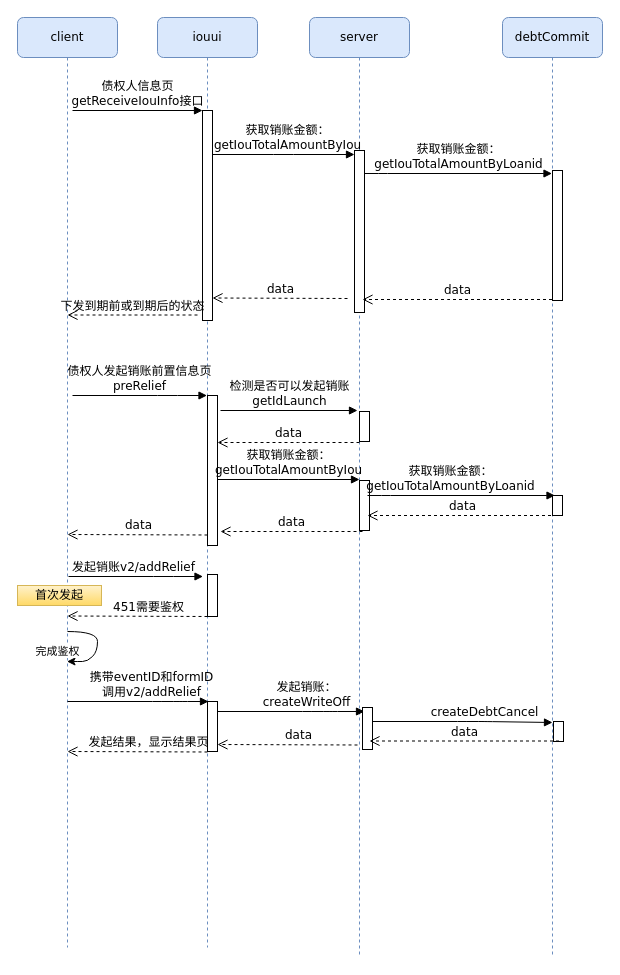
Before: 发起销账.drawio in Racheil/Http, a draw.io diagram. Source tidied: cells renumbered, new cells numbered last; positions are measured from the earlier drawing's top-left corner, leaving out a move shared by most shapes. Both pictures are drawn from the tidied source at 100%, with x=0, y=0 at pixel (17, 17).
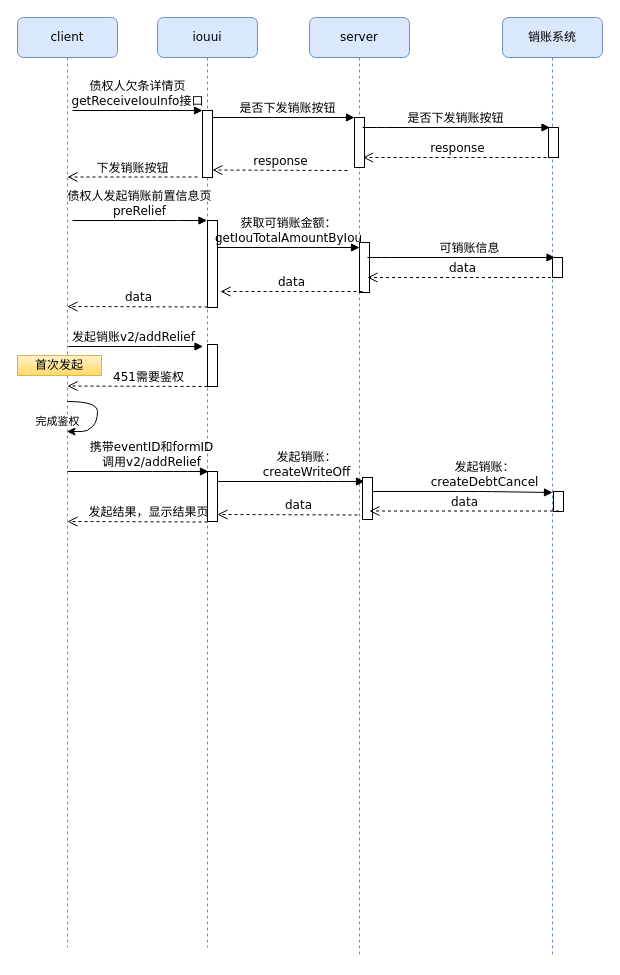
The same diagram, later.

Commit message:
更新发起销账.drawio

Unchanged cells that the change refers to:
```xml
<mxCell id="2" value="iouui" style="shape=umlLifeline;perimeter=lifelinePerimeter;whiteSpace=wrap;html=1;rounded=1;shadow=0;comic=0;labelBackgroundColor=none;strokeWidth=1;fontFamily=Verdana;fontSize=12;align=center;fillColor=#dae8fc;strokeColor=#6c8ebf;" parent="1" vertex="1">
  <mxGeometry x="140" width="100" height="930" as="geometry" />
</mxCell>
<mxCell id="5" value="server" style="shape=umlLifeline;perimeter=lifelinePerimeter;whiteSpace=wrap;html=1;rounded=1;shadow=0;comic=0;labelBackgroundColor=none;strokeWidth=1;fontFamily=Verdana;fontSize=12;align=center;fillColor=#dae8fc;strokeColor=#6c8ebf;" parent="1" vertex="1">
  <mxGeometry x="292" width="100" height="940" as="geometry" />
</mxCell>
```

Diff of the diagram source:
```diff
@@
     <mxCell id="3" style="html=1;points=[];perimeter=orthogonalPerimeter;rounded=0;shadow=0;comic=0;labelBackgroundColor=none;strokeWidth=1;fontFamily=Verdana;fontSize=12;align=center;" parent="2" vertex="1">
-      <mxGeometry x="45" y="93" width="10" height="210" as="geometry" />
+      <mxGeometry x="45" y="93" width="10" height="67" as="geometry" />
     </mxCell>
     <mxCell id="4" style="html=1;points=[];perimeter=orthogonalPerimeter;rounded=0;shadow=0;comic=0;labelBackgroundColor=none;strokeWidth=1;fontFamily=Verdana;fontSize=12;align=center;" parent="2" vertex="1">
-      <mxGeometry x="50" y="684" width="10" height="50" as="geometry" />
+      <mxGeometry x="50" y="454" width="10" height="50" as="geometry" />
     </mxCell>
@@
     <mxCell id="6" style="html=1;perimeter=orthogonalPerimeter;rounded=0;shadow=0;comic=0;labelBackgroundColor=none;strokeWidth=1;fontFamily=Verdana;fontSize=12;align=center;" parent="5" vertex="1">
-      <mxGeometry x="45" y="133" width="10" height="162" as="geometry" />
+      <mxGeometry x="45" y="100" width="10" height="50" as="geometry" />
     </mxCell>
     <mxCell id="7" style="html=1;perimeter=orthogonalPerimeter;rounded=0;shadow=0;comic=0;labelBackgroundColor=none;strokeWidth=1;fontFamily=Verdana;fontSize=12;align=center;" parent="5" vertex="1">
-      <mxGeometry x="50" y="463" width="10" height="50" as="geometry" />
+      <mxGeometry x="50" y="225" width="10" height="50" as="geometry" />
     </mxCell>
-    <mxCell id="8" value="debtCommit" style="shape=umlLifeline;perimeter=lifelinePerimeter;whiteSpace=wrap;html=1;rounded=1;shadow=0;comic=0;labelBackgroundColor=none;strokeWidth=1;fontFamily=Verdana;fontSize=12;align=center;fillColor=#dae8fc;strokeColor=#6c8ebf;" parent="1" vertex="1">
+    <mxCell id="8" value="销账系统" style="shape=umlLifeline;perimeter=lifelinePerimeter;whiteSpace=wrap;html=1;rounded=1;shadow=0;comic=0;labelBackgroundColor=none;strokeWidth=1;fontFamily=Verdana;fontSize=12;align=center;fillColor=#dae8fc;strokeColor=#6c8ebf;" parent="1" vertex="1">
       <mxGeometry x="485" width="100" height="940" as="geometry" />
     </mxCell>
+    <mxCell id="10" style="html=1;perimeter=orthogonalPerimeter;rounded=0;shadow=0;comic=0;labelBackgroundColor=none;strokeWidth=1;fontFamily=Verdana;fontSize=12;align=center;" parent="8" vertex="1">
+      <mxGeometry x="46" y="110" width="10" height="30" as="geometry" />
+    </mxCell>
@@
-    <mxCell id="10" style="html=1;perimeter=orthogonalPerimeter;rounded=0;shadow=0;comic=0;labelBackgroundColor=none;strokeWidth=1;fontFamily=Verdana;fontSize=12;align=center;" parent="1" vertex="1">
-      <mxGeometry x="535" y="153" width="10" height="130" as="geometry" />
-    </mxCell>
-    <mxCell id="11" value="获取销账金额：&lt;br&gt;getIouTotalAmountByLoanid" style="html=1;verticalAlign=bottom;endArrow=block;labelBackgroundColor=none;fontFamily=Verdana;fontSize=12;edgeStyle=elbowEdgeStyle;elbow=vertical;" parent="1" edge="1">
-      <mxGeometry relative="1" as="geometry">
-        <mxPoint x="347" y="156" as="sourcePoint" />
-        <mxPoint x="534.5" y="156" as="targetPoint" />
+    <mxCell id="11" value="是否下发销账按钮" style="html=1;verticalAlign=bottom;endArrow=block;labelBackgroundColor=none;fontFamily=Verdana;fontSize=12;edgeStyle=elbowEdgeStyle;elbow=vertical;" parent="1" edge="1">
+      <mxGeometry x="-0.01" relative="1" as="geometry">
+        <mxPoint x="345" y="110" as="sourcePoint" />
+        <mxPoint x="532.5" y="110" as="targetPoint" />
         <Array as="points">
-          <mxPoint x="360" y="156" />
+          <mxPoint x="358" y="110" />
         </Array>
       </mxGeometry>
     </mxCell>
     <mxCell id="12" value="债权人发起销账前置信息页&lt;br&gt;preRelief" style="html=1;verticalAlign=bottom;endArrow=block;labelBackgroundColor=none;fontFamily=Verdana;fontSize=12;" parent="1" edge="1">
       <mxGeometry relative="1" as="geometry">
-        <mxPoint x="55" y="378" as="sourcePoint" />
-        <mxPoint x="189.5" y="378" as="targetPoint" />
+        <mxPoint x="55" y="203" as="sourcePoint" />
+        <mxPoint x="189.5" y="203" as="targetPoint" />
         <Array as="points">
-          <mxPoint x="150" y="378" />
+          <mxPoint x="150" y="203" />
         </Array>
       </mxGeometry>
     </mxCell>
-    <mxCell id="13" value="债权人信息页&lt;br&gt;getReceiveIouInfo接口" style="html=1;verticalAlign=bottom;endArrow=block;entryX=0;entryY=0;labelBackgroundColor=none;fontFamily=Verdana;fontSize=12;edgeStyle=elbowEdgeStyle;elbow=vertical;" parent="1" edge="1" target="3">
+    <mxCell id="13" value="债权人欠条详情页&lt;br&gt;getReceiveIouInfo接口" style="html=1;verticalAlign=bottom;endArrow=block;entryX=0;entryY=0;labelBackgroundColor=none;fontFamily=Verdana;fontSize=12;edgeStyle=elbowEdgeStyle;elbow=vertical;" parent="1" edge="1" target="3">
       <mxGeometry relative="1" as="geometry">
         <mxPoint x="55" y="93" as="sourcePoint" />
       </mxGeometry>
     </mxCell>
-    <mxCell id="14" value="获取销账金额：&lt;br&gt;getIouTotalAmountByIou" style="html=1;verticalAlign=bottom;endArrow=block;labelBackgroundColor=none;fontFamily=Verdana;fontSize=12;edgeStyle=elbowEdgeStyle;elbow=vertical;" parent="1" edge="1">
+    <mxCell id="14" value="是否下发销账按钮" style="html=1;verticalAlign=bottom;endArrow=block;labelBackgroundColor=none;fontFamily=Verdana;fontSize=12;edgeStyle=elbowEdgeStyle;elbow=vertical;" parent="1" edge="1">
       <mxGeometry x="0.05" relative="1" as="geometry">
-        <mxPoint x="195" y="137" as="sourcePoint" />
-        <mxPoint x="337" y="137" as="targetPoint" />
+        <mxPoint x="195" y="100" as="sourcePoint" />
+        <mxPoint x="337" y="100" as="targetPoint" />
         <Array as="points">
-          <mxPoint x="266" y="137" />
+          <mxPoint x="266" y="100" />
         </Array>
       </mxGeometry>
     </mxCell>
-    <mxCell id="15" value="下发到期前或到期后的状态" style="html=1;verticalAlign=bottom;endArrow=open;dashed=1;endSize=8;labelBackgroundColor=none;fontFamily=Verdana;fontSize=12;edgeStyle=elbowEdgeStyle;elbow=vertical;" parent="1" edge="1">
+    <mxCell id="15" value="下发销账按钮" style="html=1;verticalAlign=bottom;endArrow=open;dashed=1;endSize=8;labelBackgroundColor=none;fontFamily=Verdana;fontSize=12;edgeStyle=elbowEdgeStyle;elbow=vertical;" parent="1" edge="1">
       <mxGeometry relative="1" as="geometry">
-        <mxPoint x="180" y="297.5" as="sourcePoint" />
-        <mxPoint x="50" y="297.5" as="targetPoint" />
+        <mxPoint x="180" y="159.5" as="sourcePoint" />
+        <mxPoint x="50" y="159.5" as="targetPoint" />
         <Array as="points">
-          <mxPoint x="125" y="297.5" />
-          <mxPoint x="155" y="297.5" />
+          <mxPoint x="125" y="159.5" />
+          <mxPoint x="155" y="159.5" />
         </Array>
       </mxGeometry>
     </mxCell>
     <mxCell id="16" value="data" style="html=1;verticalAlign=bottom;endArrow=open;dashed=1;endSize=8;labelBackgroundColor=none;fontFamily=Verdana;fontSize=12;edgeStyle=elbowEdgeStyle;elbow=vertical;" parent="1" edge="1">
       <mxGeometry relative="1" as="geometry">
-        <mxPoint x="190" y="517.5" as="sourcePoint" />
-        <mxPoint x="50" y="517" as="targetPoint" />
+        <mxPoint x="190" y="289.5" as="sourcePoint" />
+        <mxPoint x="50" y="289" as="targetPoint" />
         <Array as="points">
-          <mxPoint x="125" y="517" />
-          <mxPoint x="155" y="517" />
+          <mxPoint x="125" y="289" />
+          <mxPoint x="155" y="289" />
         </Array>
       </mxGeometry>
     </mxCell>
     <mxCell id="17" style="html=1;perimeter=orthogonalPerimeter;rounded=0;shadow=0;comic=0;labelBackgroundColor=none;strokeWidth=1;fontFamily=Verdana;fontSize=12;align=center;" parent="1" vertex="1">
-      <mxGeometry x="190" y="378" width="10" height="150" as="geometry" />
+      <mxGeometry x="190" y="203" width="10" height="87" as="geometry" />
     </mxCell>
-    <mxCell id="18" value="检测是否可以发起销账&lt;br&gt;getIdLaunch" style="html=1;verticalAlign=bottom;endArrow=block;labelBackgroundColor=none;fontFamily=Verdana;fontSize=12;" parent="1" edge="1">
-      <mxGeometry relative="1" as="geometry">
-        <mxPoint x="203" y="393" as="sourcePoint" />
-        <mxPoint x="340" y="393" as="targetPoint" />
-      </mxGeometry>
-    </mxCell>
-    <mxCell id="19" value="data" style="html=1;verticalAlign=bottom;endArrow=open;dashed=1;endSize=8;labelBackgroundColor=none;fontFamily=Verdana;fontSize=12;edgeStyle=elbowEdgeStyle;elbow=vertical;entryX=1;entryY=0.425;entryDx=0;entryDy=0;entryPerimeter=0;" parent="1" edge="1">
-      <mxGeometry relative="1" as="geometry">
-        <mxPoint x="342" y="425" as="sourcePoint" />
-        <mxPoint x="200" y="425" as="targetPoint" />
-      </mxGeometry>
-    </mxCell>
-    <mxCell id="20" style="html=1;perimeter=orthogonalPerimeter;rounded=0;shadow=0;comic=0;labelBackgroundColor=none;strokeWidth=1;fontFamily=Verdana;fontSize=12;align=center;" parent="1" vertex="1">
-      <mxGeometry x="342" y="394" width="10" height="30" as="geometry" />
-    </mxCell>
     <mxCell id="21" value="发起销账v2/addRelief" style="html=1;verticalAlign=bottom;endArrow=block;labelBackgroundColor=none;fontFamily=Verdana;fontSize=12;" parent="1" edge="1">
       <mxGeometry x="0.41" y="-30" relative="1" as="geometry">
-        <mxPoint x="51" y="559" as="sourcePoint" />
-        <mxPoint x="185.5" y="559" as="targetPoint" />
+        <mxPoint x="51" y="329" as="sourcePoint" />
+        <mxPoint x="185.5" y="329" as="targetPoint" />
         <Array as="points">
-          <mxPoint x="146" y="559" />
+          <mxPoint x="146" y="329" />
         </Array>
         <mxPoint x="-30" y="-30" as="offset" />
       </mxGeometry>
     </mxCell>
     <mxCell id="22" value="451需要鉴权" style="html=1;verticalAlign=bottom;endArrow=open;dashed=1;endSize=8;labelBackgroundColor=none;fontFamily=Verdana;fontSize=12;edgeStyle=elbowEdgeStyle;elbow=vertical;" parent="1" edge="1">
       <mxGeometry x="-0.14" relative="1" as="geometry">
-        <mxPoint x="190" y="599" as="sourcePoint" />
-        <mxPoint x="50" y="598.5" as="targetPoint" />
+        <mxPoint x="190" y="369" as="sourcePoint" />
+        <mxPoint x="50" y="368.5" as="targetPoint" />
         <Array as="points">
-          <mxPoint x="125" y="598.5" />
-          <mxPoint x="155" y="598.5" />
+          <mxPoint x="125" y="368.5" />
+          <mxPoint x="155" y="368.5" />
         </Array>
       </mxGeometry>
     </mxCell>
     <mxCell id="23" style="html=1;perimeter=orthogonalPerimeter;rounded=0;shadow=0;comic=0;labelBackgroundColor=none;strokeWidth=1;fontFamily=Verdana;fontSize=12;align=center;" parent="1" vertex="1">
-      <mxGeometry x="190" y="557" width="10" height="42" as="geometry" />
+      <mxGeometry x="190" y="327" width="10" height="42" as="geometry" />
     </mxCell>
     <mxCell id="24" value="携带eventID和formID&lt;br&gt;调用v2/addRelief" style="html=1;verticalAlign=bottom;endArrow=block;labelBackgroundColor=none;fontFamily=Verdana;fontSize=12;entryX=0.1;entryY=0;entryDx=0;entryDy=0;entryPerimeter=0;" parent="1" edge="1" target="4">
       <mxGeometry x="0.41" y="-15" relative="1" as="geometry">
-        <mxPoint x="50" y="684" as="sourcePoint" />
+        <mxPoint x="50" y="454" as="sourcePoint" />
         <Array as="points">
-          <mxPoint x="145" y="684" />
-          <mxPoint x="160" y="684" />
+          <mxPoint x="145" y="454" />
+          <mxPoint x="160" y="454" />
         </Array>
         <mxPoint x="-15" y="-15" as="offset" />
       </mxGeometry>
     </mxCell>
     <mxCell id="25" value="发起结果，显示结果页" style="html=1;verticalAlign=bottom;endArrow=open;dashed=1;endSize=8;labelBackgroundColor=none;fontFamily=Verdana;fontSize=12;edgeStyle=elbowEdgeStyle;elbow=vertical;" parent="1" edge="1">
       <mxGeometry x="-0.14" relative="1" as="geometry">
-        <mxPoint x="190" y="734.5" as="sourcePoint" />
-        <mxPoint x="50" y="734" as="targetPoint" />
+        <mxPoint x="190" y="504.5" as="sourcePoint" />
+        <mxPoint x="50" y="504" as="targetPoint" />
         <Array as="points">
-          <mxPoint x="125" y="734" />
-          <mxPoint x="155" y="734" />
+          <mxPoint x="125" y="504" />
+          <mxPoint x="155" y="504" />
         </Array>
       </mxGeometry>
     </mxCell>
     <mxCell id="26" value="发起销账：&lt;br&gt;createWriteOff" style="html=1;verticalAlign=bottom;endArrow=block;labelBackgroundColor=none;fontFamily=Verdana;fontSize=12;entryX=0.2;entryY=0.095;entryDx=0;entryDy=0;entryPerimeter=0;" parent="1" edge="1" target="28">
       <mxGeometry x="0.41" y="-15" relative="1" as="geometry">
-        <mxPoint x="200" y="694" as="sourcePoint" />
+        <mxPoint x="200" y="464" as="sourcePoint" />
         <Array as="points">
-          <mxPoint x="295" y="694" />
-          <mxPoint x="310" y="694" />
+          <mxPoint x="295" y="464" />
+          <mxPoint x="310" y="464" />
         </Array>
         <mxPoint x="-15" y="-15" as="offset" />
       </mxGeometry>
     </mxCell>
     <mxCell id="27" value="data" style="html=1;verticalAlign=bottom;endArrow=open;dashed=1;endSize=8;labelBackgroundColor=none;fontFamily=Verdana;fontSize=12;edgeStyle=elbowEdgeStyle;elbow=vertical;" parent="1" edge="1">
       <mxGeometry x="-0.14" relative="1" as="geometry">
-        <mxPoint x="340" y="727.5" as="sourcePoint" />
-        <mxPoint x="200" y="727" as="targetPoint" />
+        <mxPoint x="340" y="497.5" as="sourcePoint" />
+        <mxPoint x="200" y="497" as="targetPoint" />
         <Array as="points">
-          <mxPoint x="275" y="727" />
-          <mxPoint x="305" y="727" />
+          <mxPoint x="275" y="497" />
+          <mxPoint x="305" y="497" />
         </Array>
       </mxGeometry>
     </mxCell>
     <mxCell id="28" style="html=1;points=[];perimeter=orthogonalPerimeter;rounded=0;shadow=0;comic=0;labelBackgroundColor=none;strokeWidth=1;fontFamily=Verdana;fontSize=12;align=center;" parent="1" vertex="1">
-      <mxGeometry x="345" y="690" width="10" height="42" as="geometry" />
+      <mxGeometry x="345" y="460" width="10" height="42" as="geometry" />
     </mxCell>
-    <mxCell id="29" value="createDebtCancel" style="html=1;verticalAlign=bottom;endArrow=block;labelBackgroundColor=none;fontFamily=Verdana;fontSize=12;entryX=-0.1;entryY=0.05;entryDx=0;entryDy=0;entryPerimeter=0;" parent="1" edge="1" target="30">
+    <mxCell id="29" value="发起销账：&lt;br&gt;createDebtCancel" style="html=1;verticalAlign=bottom;endArrow=block;labelBackgroundColor=none;fontFamily=Verdana;fontSize=12;entryX=-0.1;entryY=0.05;entryDx=0;entryDy=0;entryPerimeter=0;" parent="1" edge="1" target="30">
       <mxGeometry x="0.41" y="-15" relative="1" as="geometry">
-        <mxPoint x="355" y="704" as="sourcePoint" />
+        <mxPoint x="355" y="474" as="sourcePoint" />
         <Array as="points">
-          <mxPoint x="450" y="704" />
-          <mxPoint x="465" y="704" />
+          <mxPoint x="450" y="474" />
+          <mxPoint x="465" y="474" />
         </Array>
         <mxPoint x="-15" y="-15" as="offset" />
       </mxGeometry>
     </mxCell>
     <mxCell id="30" style="html=1;points=[];perimeter=orthogonalPerimeter;rounded=0;shadow=0;comic=0;labelBackgroundColor=none;strokeWidth=1;fontFamily=Verdana;fontSize=12;align=center;" parent="1" vertex="1">
-      <mxGeometry x="536" y="704" width="10" height="20" as="geometry" />
+      <mxGeometry x="536" y="474" width="10" height="20" as="geometry" />
     </mxCell>
     <mxCell id="31" value="完成鉴权" style="curved=1;endArrow=classic;html=1;" parent="1" edge="1">
       <mxGeometry x="1" y="-14" relative="1" as="geometry">
-        <mxPoint x="50" y="614" as="sourcePoint" />
-        <mxPoint x="49.5" y="644" as="targetPoint" />
+        <mxPoint x="50" y="384" as="sourcePoint" />
+        <mxPoint x="49.5" y="414" as="targetPoint" />
         <Array as="points">
-          <mxPoint x="80" y="614" />
-          <mxPoint x="80" y="634" />
-          <mxPoint x="70" y="644" />
-          <mxPoint x="60" y="644" />
+          <mxPoint x="80" y="384" />
+          <mxPoint x="80" y="404" />
+          <mxPoint x="70" y="414" />
+          <mxPoint x="60" y="414" />
         </Array>
         <mxPoint x="-9" y="4" as="offset" />
       </mxGeometry>
     </mxCell>
-    <mxCell id="32" value="data" style="html=1;verticalAlign=bottom;endArrow=open;dashed=1;endSize=8;labelBackgroundColor=none;fontFamily=Verdana;fontSize=12;edgeStyle=elbowEdgeStyle;elbow=vertical;" parent="1" edge="1">
+    <mxCell id="32" value="response" style="html=1;verticalAlign=bottom;endArrow=open;dashed=1;endSize=8;labelBackgroundColor=none;fontFamily=Verdana;fontSize=12;edgeStyle=elbowEdgeStyle;elbow=vertical;" parent="1" edge="1">
       <mxGeometry relative="1" as="geometry">
-        <mxPoint x="330" y="281" as="sourcePoint" />
-        <mxPoint x="195" y="280.5" as="targetPoint" />
+        <mxPoint x="330" y="153" as="sourcePoint" />
+        <mxPoint x="195" y="152.5" as="targetPoint" />
         <Array as="points">
-          <mxPoint x="270" y="280.5" />
-          <mxPoint x="300" y="280.5" />
+          <mxPoint x="270" y="152.5" />
+          <mxPoint x="300" y="152.5" />
         </Array>
       </mxGeometry>
     </mxCell>
-    <mxCell id="33" value="data" style="html=1;verticalAlign=bottom;endArrow=open;dashed=1;endSize=8;labelBackgroundColor=none;fontFamily=Verdana;fontSize=12;edgeStyle=elbowEdgeStyle;elbow=vertical;" parent="1" edge="1">
+    <mxCell id="33" value="response" style="html=1;verticalAlign=bottom;endArrow=open;dashed=1;endSize=8;labelBackgroundColor=none;fontFamily=Verdana;fontSize=12;edgeStyle=elbowEdgeStyle;elbow=vertical;" parent="1" edge="1">
       <mxGeometry relative="1" as="geometry">
-        <mxPoint x="534.5" y="282" as="sourcePoint" />
-        <mxPoint x="345" y="282" as="targetPoint" />
+        <mxPoint x="535" y="140" as="sourcePoint" />
+        <mxPoint x="345.5" y="140" as="targetPoint" />
         <Array as="points">
-          <mxPoint x="420" y="282" />
-          <mxPoint x="450" y="282" />
+          <mxPoint x="420.5" y="140" />
+          <mxPoint x="450.5" y="140" />
         </Array>
       </mxGeometry>
     </mxCell>
-    <mxCell id="34" value="获取销账金额：&lt;br&gt;getIouTotalAmountByIou" style="html=1;verticalAlign=bottom;endArrow=block;labelBackgroundColor=none;fontFamily=Verdana;fontSize=12;edgeStyle=elbowEdgeStyle;elbow=vertical;" parent="1" edge="1">
+    <mxCell id="34" value="获取可销账金额：&lt;br&gt;getIouTotalAmountByIou" style="html=1;verticalAlign=bottom;endArrow=block;labelBackgroundColor=none;fontFamily=Verdana;fontSize=12;edgeStyle=elbowEdgeStyle;elbow=vertical;" parent="1" edge="1">
       <mxGeometry relative="1" as="geometry">
-        <mxPoint x="200" y="462" as="sourcePoint" />
-        <mxPoint x="342" y="462" as="targetPoint" />
+        <mxPoint x="200" y="230" as="sourcePoint" />
+        <mxPoint x="342" y="230" as="targetPoint" />
         <Array as="points">
-          <mxPoint x="271" y="462" />
+          <mxPoint x="271" y="230" />
         </Array>
       </mxGeometry>
     </mxCell>
     <mxCell id="35" value="data" style="html=1;verticalAlign=bottom;endArrow=open;dashed=1;endSize=8;labelBackgroundColor=none;fontFamily=Verdana;fontSize=12;edgeStyle=elbowEdgeStyle;elbow=vertical;entryX=1;entryY=0.425;entryDx=0;entryDy=0;entryPerimeter=0;" parent="1" edge="1">
       <mxGeometry relative="1" as="geometry">
-        <mxPoint x="345" y="514" as="sourcePoint" />
-        <mxPoint x="203" y="514" as="targetPoint" />
+        <mxPoint x="345" y="274" as="sourcePoint" />
+        <mxPoint x="203" y="274" as="targetPoint" />
       </mxGeometry>
     </mxCell>
-    <mxCell id="36" value="获取销账金额：&lt;br&gt;getIouTotalAmountByLoanid" style="html=1;verticalAlign=bottom;endArrow=block;labelBackgroundColor=none;fontFamily=Verdana;fontSize=12;edgeStyle=elbowEdgeStyle;elbow=vertical;" parent="1" edge="1">
-      <mxGeometry x="-0.11" relative="1" as="geometry">
-        <mxPoint x="350" y="478" as="sourcePoint" />
-        <mxPoint x="537.5" y="478" as="targetPoint" />
+    <mxCell id="36" value="&amp;nbsp;可销账信息" style="html=1;verticalAlign=bottom;endArrow=block;labelBackgroundColor=none;fontFamily=Verdana;fontSize=12;edgeStyle=elbowEdgeStyle;elbow=vertical;" parent="1" edge="1">
+      <mxGeometry x="0.07" relative="1" as="geometry">
+        <mxPoint x="350" y="240" as="sourcePoint" />
+        <mxPoint x="537.5" y="240" as="targetPoint" />
         <Array as="points">
-          <mxPoint x="363" y="478" />
+          <mxPoint x="363" y="240" />
         </Array>
       </mxGeometry>
     </mxCell>
     <mxCell id="37" value="data" style="html=1;verticalAlign=bottom;endArrow=open;dashed=1;endSize=8;labelBackgroundColor=none;fontFamily=Verdana;fontSize=12;edgeStyle=elbowEdgeStyle;elbow=vertical;" parent="1" edge="1">
       <mxGeometry relative="1" as="geometry">
-        <mxPoint x="539.5" y="498" as="sourcePoint" />
-        <mxPoint x="350" y="498" as="targetPoint" />
+        <mxPoint x="539.5" y="260" as="sourcePoint" />
+        <mxPoint x="350" y="260" as="targetPoint" />
         <Array as="points">
-          <mxPoint x="425" y="498" />
-          <mxPoint x="455" y="498" />
+          <mxPoint x="425" y="260" />
+          <mxPoint x="455" y="260" />
         </Array>
       </mxGeometry>
     </mxCell>
     <mxCell id="38" style="html=1;perimeter=orthogonalPerimeter;rounded=0;shadow=0;comic=0;labelBackgroundColor=none;strokeWidth=1;fontFamily=Verdana;fontSize=12;align=center;" parent="1" vertex="1">
-      <mxGeometry x="535" y="478" width="10" height="20" as="geometry" />
+      <mxGeometry x="535" y="240" width="10" height="20" as="geometry" />
     </mxCell>
     <mxCell id="39" value="首次发起" style="rounded=0;whiteSpace=wrap;html=1;gradientColor=#ffd966;fillColor=#fff2cc;strokeColor=#d6b656;" parent="1" vertex="1">
-      <mxGeometry y="568" width="84" height="20" as="geometry" />
+      <mxGeometry y="338" width="84" height="20" as="geometry" />
     </mxCell>
     <mxCell id="40" value="data" style="html=1;verticalAlign=bottom;endArrow=open;dashed=1;endSize=8;labelBackgroundColor=none;fontFamily=Verdana;fontSize=12;edgeStyle=elbowEdgeStyle;elbow=vertical;" parent="1" edge="1">
       <mxGeometry relative="1" as="geometry">
-        <mxPoint x="541.5" y="723.5" as="sourcePoint" />
-        <mxPoint x="352" y="723.5" as="targetPoint" />
+        <mxPoint x="541.5" y="493.5" as="sourcePoint" />
+        <mxPoint x="352" y="493.5" as="targetPoint" />
         <Array as="points">
-          <mxPoint x="427" y="723.5" />
-          <mxPoint x="457" y="723.5" />
+          <mxPoint x="427" y="493.5" />
+          <mxPoint x="457" y="493.5" />
         </Array>
       </mxGeometry>
     </mxCell>
```
